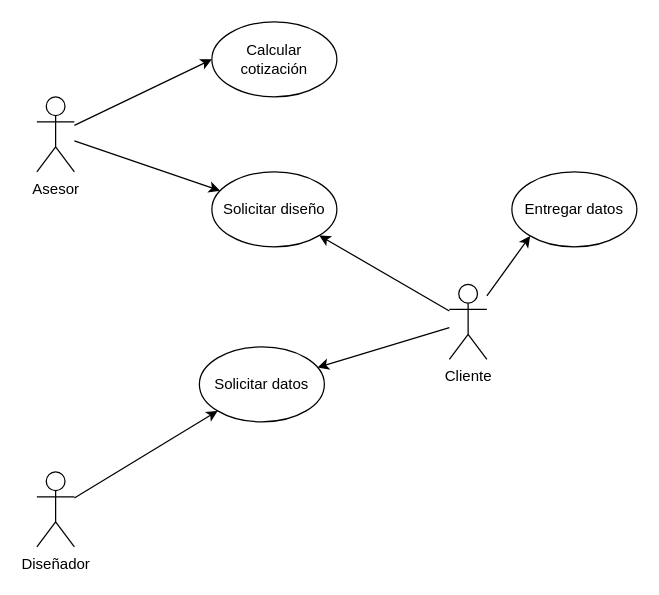
HoliSoyTamo/Diagramas keeps this draw.io diagram as page "1" (1 of 2) of Casos de Uso.drawio. Above is the earlier version. Source tidied: cells renumbered, new cells numbered last; positions are measured from the earlier drawing's top-left corner, leaving out a move shared by most shapes. Both pictures are drawn from the tidied source at 125%, with x=0, y=0 at pixel (36, 21).
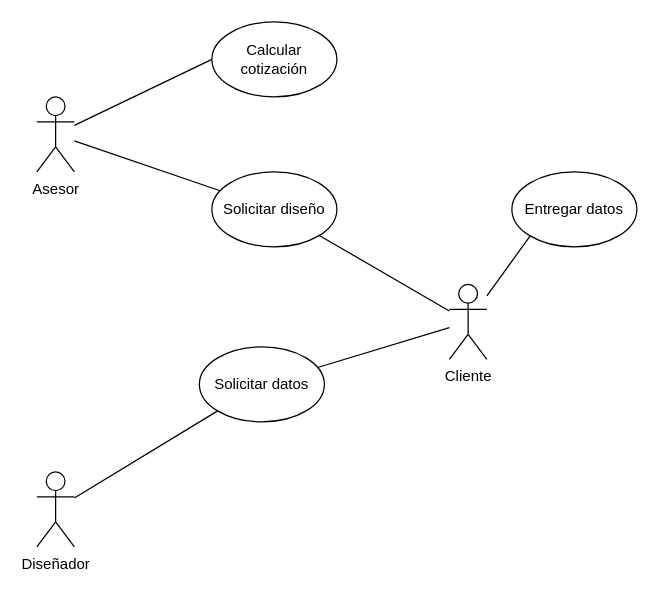
After the change.

Change to the diagram source:
```diff
@@
 <mxGraphModel>
   <root>
     <mxCell id="0" />
     <mxCell id="1" parent="0" />
-    <mxCell id="2" style="edgeStyle=none;rounded=0;jettySize=auto;html=1;" parent="1" edge="1" source="4" target="12">
+    <mxCell id="2" style="edgeStyle=none;rounded=0;jettySize=auto;html=1;endArrow=none;endFill=0;" parent="1" edge="1" source="4" target="12">
       <mxGeometry relative="1" as="geometry" />
     </mxCell>
-    <mxCell id="3" style="edgeStyle=none;rounded=0;jettySize=auto;html=1;" parent="1" edge="1" source="4" target="14">
+    <mxCell id="3" style="edgeStyle=none;rounded=0;jettySize=auto;html=1;endArrow=none;endFill=0;" parent="1" edge="1" source="4" target="14">
       <mxGeometry relative="1" as="geometry" />
     </mxCell>
     <mxCell id="4" value="Cliente" style="shape=umlActor;verticalLabelPosition=bottom;verticalAlign=top;html=1;outlineConnect=0;" parent="1" vertex="1">
       <mxGeometry x="330" y="210" width="30" height="60" as="geometry" />
     </mxCell>
-    <mxCell id="5" style="edgeStyle=none;rounded=0;jettySize=auto;html=1;entryX=0;entryY=1;entryDx=0;entryDy=0;" parent="1" edge="1" source="6" target="12">
+    <mxCell id="5" style="edgeStyle=none;rounded=0;jettySize=auto;html=1;entryX=0;entryY=1;entryDx=0;entryDy=0;endArrow=none;endFill=0;" parent="1" edge="1" source="6" target="12">
       <mxGeometry relative="1" as="geometry" />
     </mxCell>
     <mxCell id="6" value="Diseñador" style="shape=umlActor;verticalLabelPosition=bottom;verticalAlign=top;html=1;outlineConnect=0;" parent="1" vertex="1">
       <mxGeometry y="360" width="30" height="60" as="geometry" />
     </mxCell>
-    <mxCell id="7" style="edgeStyle=none;rounded=0;jettySize=auto;html=1;entryX=0;entryY=0.5;entryDx=0;entryDy=0;" parent="1" edge="1" source="9" target="13">
+    <mxCell id="7" style="edgeStyle=none;rounded=0;jettySize=auto;html=1;entryX=0;entryY=0.5;entryDx=0;entryDy=0;endArrow=none;endFill=0;" parent="1" edge="1" source="9" target="13">
       <mxGeometry relative="1" as="geometry" />
     </mxCell>
-    <mxCell id="8" style="edgeStyle=none;rounded=0;jettySize=auto;html=1;" parent="1" edge="1" source="9" target="14">
+    <mxCell id="8" style="edgeStyle=none;rounded=0;jettySize=auto;html=1;endArrow=none;endFill=0;" parent="1" edge="1" source="9" target="14">
       <mxGeometry relative="1" as="geometry" />
     </mxCell>
     <mxCell id="9" value="Asesor" style="shape=umlActor;verticalLabelPosition=bottom;verticalAlign=top;html=1;outlineConnect=0;" parent="1" vertex="1">
       <mxGeometry y="60" width="30" height="60" as="geometry" />
     </mxCell>
     <mxCell id="10" value="Entregar datos" style="ellipse;whiteSpace=wrap;html=1;" parent="1" vertex="1">
       <mxGeometry x="380" y="120" width="100" height="60" as="geometry" />
     </mxCell>
-    <mxCell id="11" style="rounded=0;jettySize=auto;html=1;entryX=0;entryY=1;entryDx=0;entryDy=0;" parent="1" edge="1" source="4" target="10">
+    <mxCell id="11" style="rounded=0;jettySize=auto;html=1;entryX=0;entryY=1;entryDx=0;entryDy=0;endArrow=none;endFill=0;" parent="1" edge="1" source="4" target="10">
       <mxGeometry relative="1" as="geometry" />
     </mxCell>
     <mxCell id="12" value="Solicitar datos" style="ellipse;whiteSpace=wrap;html=1;" parent="1" vertex="1">
       <mxGeometry x="130" y="260" width="100" height="60" as="geometry" />
     </mxCell>
     <mxCell id="13" value="Calcular cotización" style="ellipse;whiteSpace=wrap;html=1;" parent="1" vertex="1">
       <mxGeometry x="140" width="100" height="60" as="geometry" />
     </mxCell>
     <mxCell id="14" value="Solicitar diseño" style="ellipse;whiteSpace=wrap;html=1;" parent="1" vertex="1">
       <mxGeometry x="140" y="120" width="100" height="60" as="geometry" />
     </mxCell>
   </root>
 </mxGraphModel>
```
